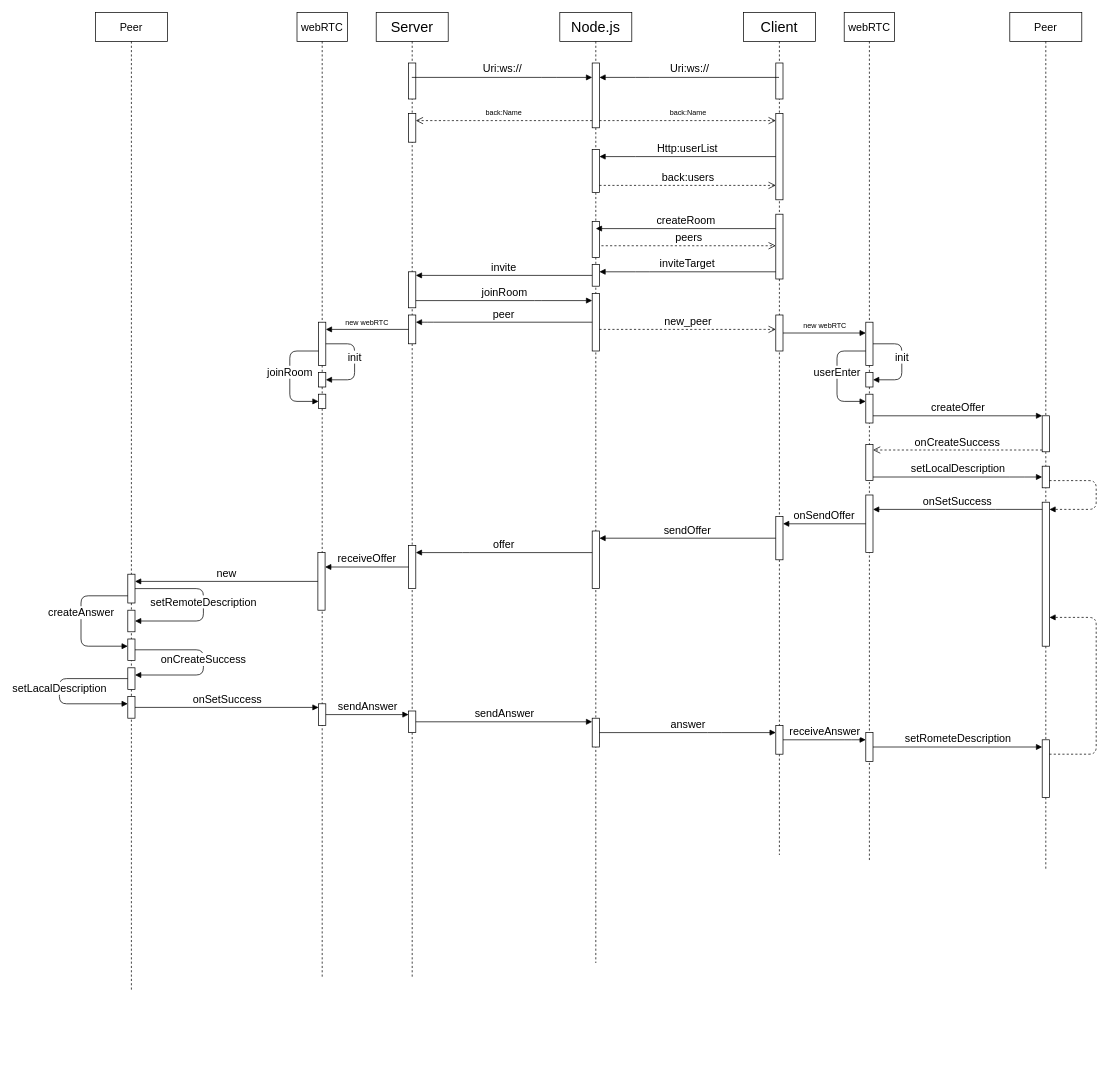
Earlier version of the draw.io diagram page "第 13 页" (13 of 15) of 未命名绘图.drawio (moshaocong/vmic-readme). Source tidied: cells renumbered, new cells numbered last; positions are measured from the earlier drawing's top-left corner, leaving out a move shared by most shapes. Both pictures are drawn from the tidied source at 72%, with x=0, y=0 at pixel (59, 12).
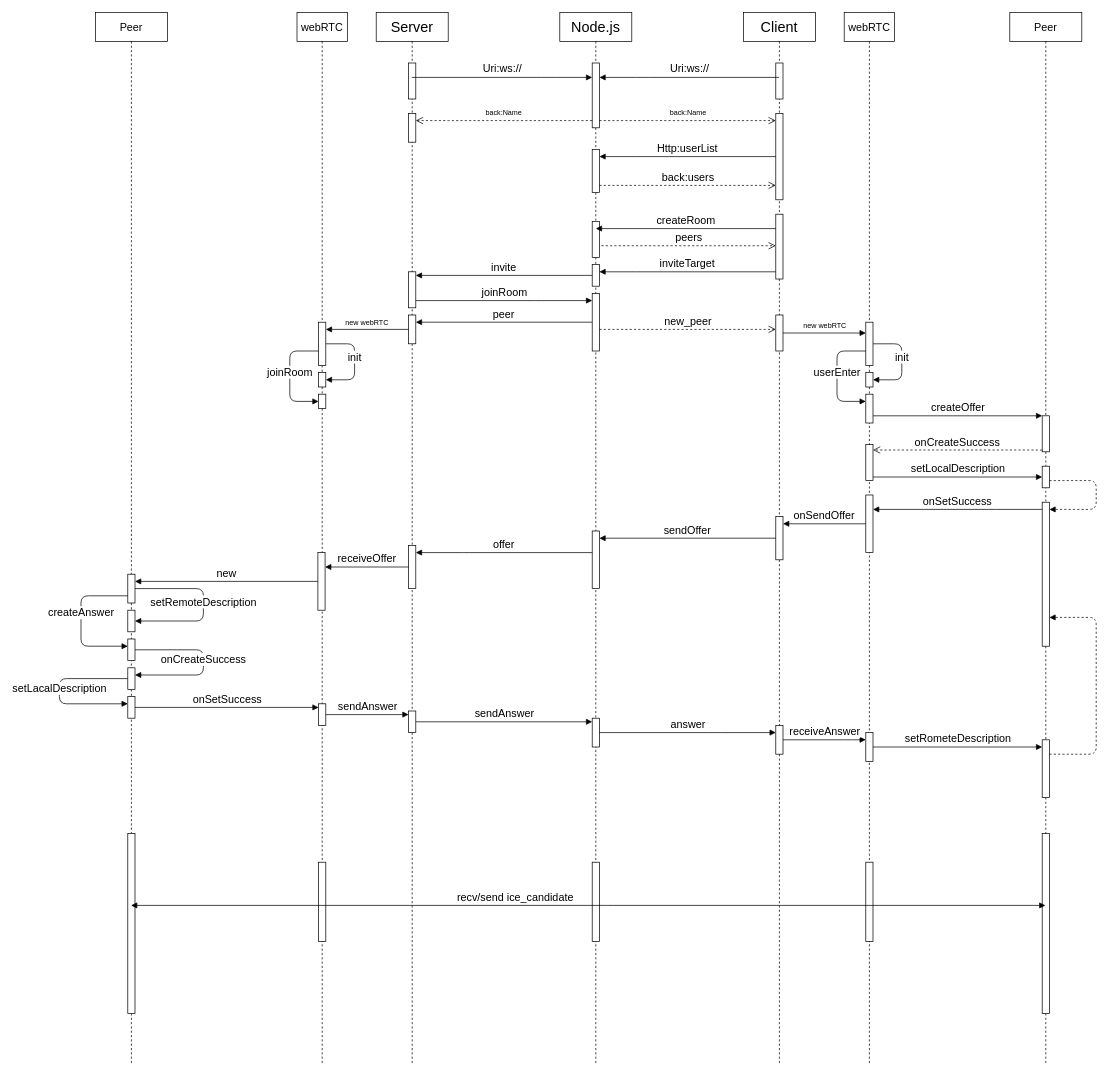
Above is the later version.

What changed in the source:
```diff
@@
     <mxCell id="2" value="Peer" style="shape=umlLifeline;perimeter=lifelinePerimeter;whiteSpace=wrap;html=1;outlineConnect=0;fontSize=15;" parent="1" vertex="1">
-      <mxGeometry x="1320" width="100" height="1190" as="geometry" />
+      <mxGeometry x="1320" width="100" height="1460" as="geometry" />
     </mxCell>
@@
+    <mxCell id="88" style="html=1;perimeter=orthogonalPerimeter;fontSize=15;" parent="2" vertex="1">
+      <mxGeometry x="45" y="1140" width="10" height="250" as="geometry" />
+    </mxCell>
     <mxCell id="5" value="Peer" style="shape=umlLifeline;perimeter=lifelinePerimeter;whiteSpace=wrap;html=1;outlineConnect=0;fontSize=15;" parent="1" vertex="1">
-      <mxGeometry x="50" width="100" height="1360" as="geometry" />
+      <mxGeometry x="50" width="100" height="1460" as="geometry" />
     </mxCell>
@@
+    <mxCell id="89" style="html=1;perimeter=orthogonalPerimeter;fontSize=15;" parent="5" vertex="1">
+      <mxGeometry x="45" y="1140" width="10" height="250" as="geometry" />
+    </mxCell>
     <mxCell id="12" value="Node.js" style="shape=umlLifeline;perimeter=lifelinePerimeter;whiteSpace=wrap;html=1;fontSize=20;" parent="1" vertex="1">
-      <mxGeometry x="695" width="100" height="1320" as="geometry" />
+      <mxGeometry x="695" width="100" height="1460" as="geometry" />
     </mxCell>
@@
+    <mxCell id="90" style="html=1;perimeter=orthogonalPerimeter;fontSize=15;" parent="12" vertex="1">
+      <mxGeometry x="45" y="1180" width="10" height="110" as="geometry" />
+    </mxCell>
     <mxCell id="19" value="Server" style="shape=umlLifeline;perimeter=lifelinePerimeter;whiteSpace=wrap;html=1;outlineConnect=0;fontSize=20;" parent="1" vertex="1">
-      <mxGeometry x="440" width="100" height="1340" as="geometry" />
+      <mxGeometry x="440" width="100" height="1460" as="geometry" />
     </mxCell>
@@
     <mxCell id="26" value="Client" style="shape=umlLifeline;perimeter=lifelinePerimeter;whiteSpace=wrap;html=1;outlineConnect=0;fontSize=20;" parent="1" vertex="1">
-      <mxGeometry x="950" width="100" height="1170" as="geometry" />
+      <mxGeometry x="950" width="100" height="1460" as="geometry" />
     </mxCell>
@@
     <mxCell id="47" value="webRTC" style="shape=umlLifeline;perimeter=lifelinePerimeter;whiteSpace=wrap;html=1;fontSize=15;" parent="1" vertex="1">
-      <mxGeometry x="330" width="70" height="1340" as="geometry" />
+      <mxGeometry x="330" width="70" height="1460" as="geometry" />
     </mxCell>
@@
+    <mxCell id="91" style="html=1;perimeter=orthogonalPerimeter;fontSize=15;" parent="47" vertex="1">
+      <mxGeometry x="30" y="1180" width="10" height="110" as="geometry" />
+    </mxCell>
     <mxCell id="53" value="webRTC" style="shape=umlLifeline;perimeter=lifelinePerimeter;whiteSpace=wrap;html=1;fontSize=15;" parent="1" vertex="1">
-      <mxGeometry x="1090" width="70" height="1180" as="geometry" />
+      <mxGeometry x="1090" width="70" height="1460" as="geometry" />
     </mxCell>
@@
+    <mxCell id="92" style="html=1;perimeter=orthogonalPerimeter;fontSize=15;" parent="53" vertex="1">
+      <mxGeometry x="30" y="1180" width="10" height="110" as="geometry" />
+    </mxCell>
@@
+    <mxCell id="93" value="recv/send ice_candidate" style="html=1;verticalAlign=bottom;endArrow=block;fontSize=15;startArrow=block;startFill=1;" parent="1" edge="1" source="5" target="2">
+      <mxGeometry x="-0.16" relative="1" as="geometry">
+        <Array as="points">
+          <mxPoint x="770" y="1240" />
+        </Array>
+      </mxGeometry>
+    </mxCell>
```
